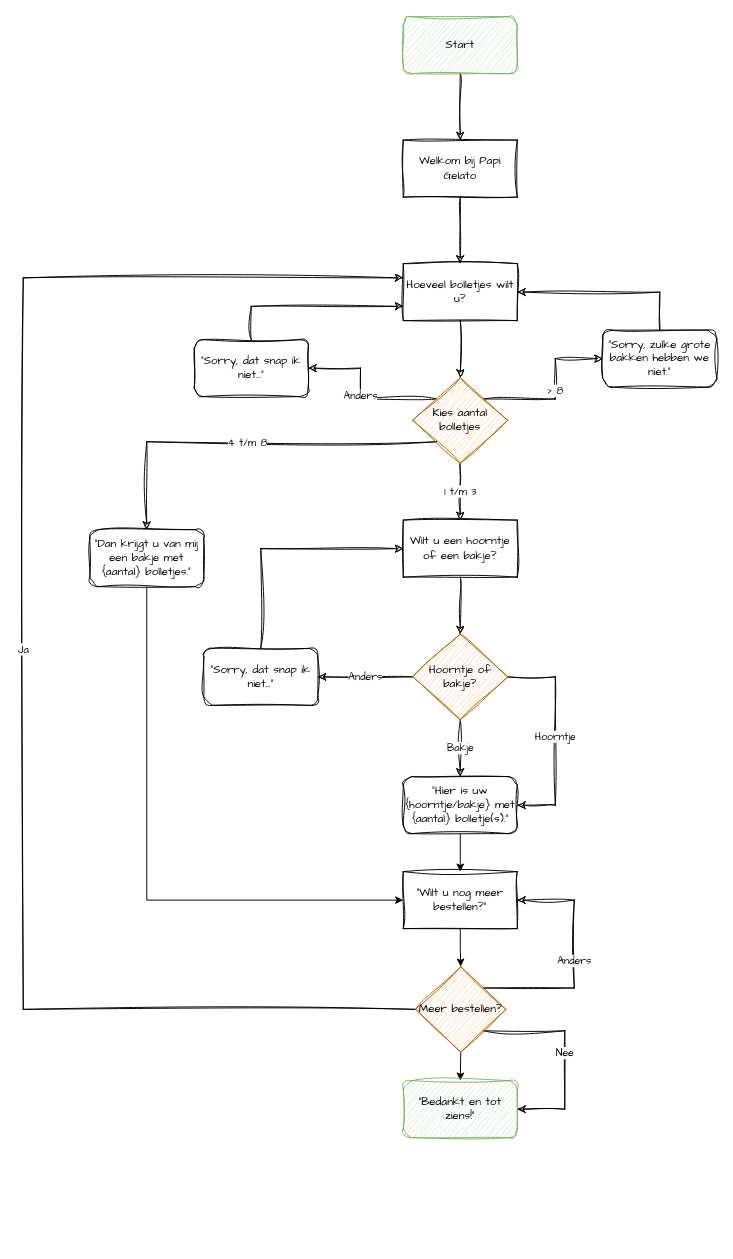
SummerDallison/leren-programmeren keeps this draw.io diagram as module 3/Proef/Proef - Diagram.drawio. Above is the earlier version. Source tidied: cells renumbered, new cells numbered last; positions are measured from the earlier drawing's top-left corner, leaving out a move shared by most shapes. Both pictures are drawn from the tidied source at 95%, with x=0, y=0 at pixel (23, 16).
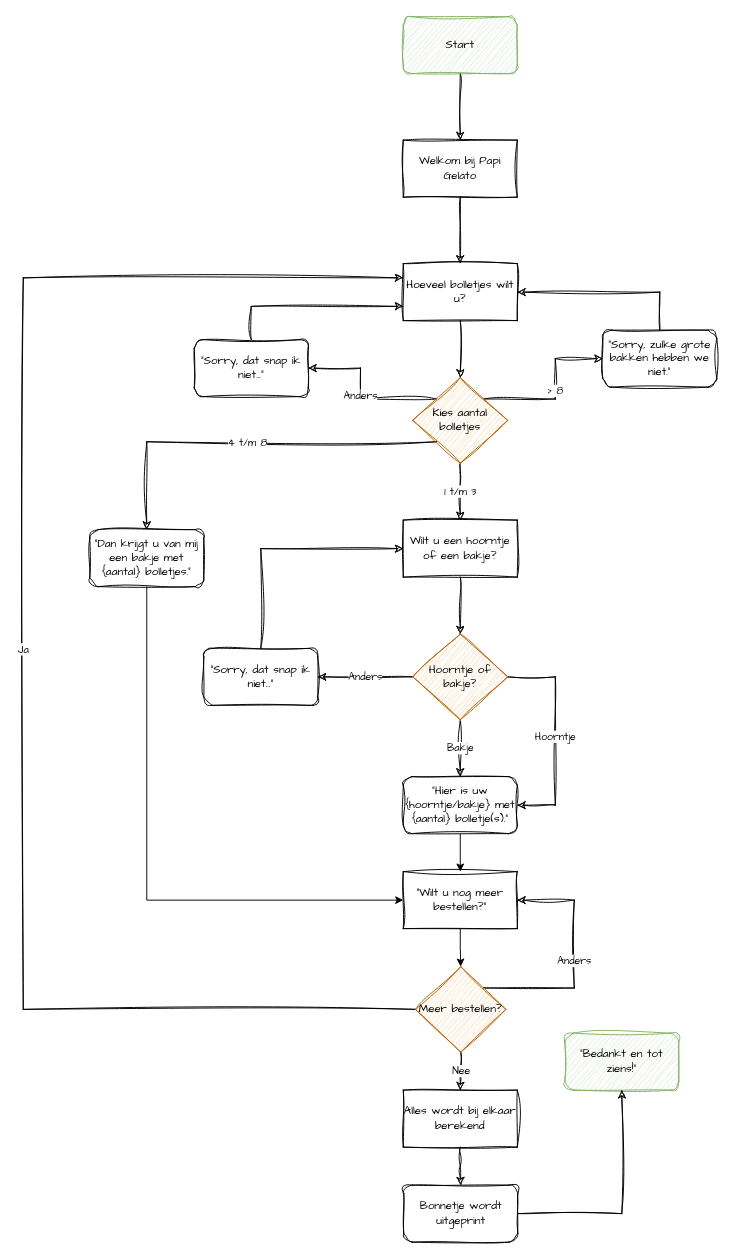
The same diagram, later.

Unchanged cells that the change refers to:
```xml
<mxCell id="33" value="Meer bestellen?" style="rhombus;whiteSpace=wrap;html=1;fontFamily=Comic Sans MS;fillColor=#fad7ac;strokeColor=#b46504;shadow=0;rounded=0;sketch=1;curveFitting=1;jiggle=2;" parent="1" vertex="1">
  <mxGeometry x="413" y="1000" width="95" height="90" as="geometry" />
</mxCell>
<mxCell id="36" value="&quot;Wilt u nog meer bestellen?&quot;" style="rounded=0;whiteSpace=wrap;html=1;fontFamily=Comic Sans MS;fillColor=none;sketch=1;curveFitting=1;jiggle=2;" parent="1" vertex="1">
  <mxGeometry x="400" y="900" width="120" height="60" as="geometry" />
</mxCell>
```

What changed in the source:
```diff
@@
-    <mxCell id="29" style="edgeStyle=orthogonalEdgeStyle;rounded=0;jettySize=auto;html=1;exitX=0.5;exitY=1;exitDx=0;exitDy=0;entryX=0.5;entryY=0;entryDx=0;entryDy=0;" parent="1" edge="1" source="33" target="34">
-      <mxGeometry relative="1" as="geometry" />
-    </mxCell>
@@
+    <mxCell id="32" value="Anders" style="edgeStyle=orthogonalEdgeStyle;rounded=0;jettySize=auto;html=1;exitX=1;exitY=0;exitDx=0;exitDy=0;entryX=1;entryY=0.5;entryDx=0;entryDy=0;sketch=1;curveFitting=1;jiggle=2;fontFamily=Comic Sans MS;" parent="1" edge="1" source="33" target="36">
+      <mxGeometry relative="1" as="geometry">
+        <Array as="points">
+          <mxPoint x="580" y="1022" />
+          <mxPoint x="580" y="930" />
+        </Array>
+      </mxGeometry>
+    </mxCell>
-    <mxCell id="31" value="Nee" style="edgeStyle=orthogonalEdgeStyle;rounded=0;jettySize=auto;html=1;exitX=1;exitY=1;exitDx=0;exitDy=0;entryX=1;entryY=0.5;entryDx=0;entryDy=0;sketch=1;curveFitting=1;jiggle=2;fontFamily=Comic Sans MS;" parent="1" edge="1" source="33" target="34">
-      <mxGeometry relative="1" as="geometry">
-        <Array as="points">
-          <mxPoint x="570" y="1068" />
-          <mxPoint x="570" y="1150" />
-        </Array>
-      </mxGeometry>
+    <mxCell id="31" value="Nee" style="edgeStyle=orthogonalEdgeStyle;rounded=0;jettySize=auto;html=1;exitX=0.5;exitY=1;exitDx=0;exitDy=0;entryX=0.5;entryY=0;entryDx=0;entryDy=0;sketch=1;curveFitting=1;jiggle=2;fontFamily=Comic Sans MS;" parent="1" edge="1" source="33" target="38">
+      <mxGeometry x="-0.01" relative="1" as="geometry" />
     </mxCell>
-    <mxCell id="32" value="Anders" style="edgeStyle=orthogonalEdgeStyle;rounded=0;jettySize=auto;html=1;exitX=1;exitY=0;exitDx=0;exitDy=0;entryX=1;entryY=0.5;entryDx=0;entryDy=0;sketch=1;curveFitting=1;jiggle=2;fontFamily=Comic Sans MS;" parent="1" edge="1" source="33" target="36">
-      <mxGeometry relative="1" as="geometry">
-        <Array as="points">
-          <mxPoint x="580" y="1022" />
-          <mxPoint x="580" y="930" />
-        </Array>
-      </mxGeometry>
-    </mxCell>
@@
     <mxCell id="34" value="&quot;Bedankt en tot ziens!&quot;" style="rounded=1;whiteSpace=wrap;html=1;fillColor=#d5e8d4;fontFamily=Comic Sans MS;strokeColor=#82b366;sketch=1;curveFitting=1;jiggle=2;" parent="1" vertex="1">
-      <mxGeometry x="400" y="1120" width="120" height="60" as="geometry" />
+      <mxGeometry x="570" y="1070" width="120" height="60" as="geometry" />
     </mxCell>
@@
+    <mxCell id="37" style="edgeStyle=orthogonalEdgeStyle;rounded=0;jettySize=auto;html=1;exitX=0.5;exitY=1;exitDx=0;exitDy=0;entryX=0.5;entryY=0;entryDx=0;entryDy=0;sketch=1;curveFitting=1;jiggle=2;" parent="1" edge="1" source="38" target="40">
+      <mxGeometry relative="1" as="geometry" />
+    </mxCell>
+    <mxCell id="38" value="Alles wordt bij elkaar berekend" style="rounded=0;whiteSpace=wrap;html=1;fillColor=none;sketch=1;curveFitting=1;jiggle=2;fontFamily=Comic Sans MS;" parent="1" vertex="1">
+      <mxGeometry x="400" y="1130" width="120" height="60" as="geometry" />
+    </mxCell>
+    <mxCell id="39" style="edgeStyle=orthogonalEdgeStyle;rounded=0;jettySize=auto;html=1;exitX=1;exitY=0.5;exitDx=0;exitDy=0;entryX=0.5;entryY=1;entryDx=0;entryDy=0;sketch=1;curveFitting=1;jiggle=2;" parent="1" edge="1" source="40" target="34">
+      <mxGeometry relative="1" as="geometry" />
+    </mxCell>
+    <mxCell id="40" value="Bonnetje wordt uitgeprint" style="rounded=1;whiteSpace=wrap;html=1;fillColor=none;sketch=1;curveFitting=1;jiggle=2;fontFamily=Comic Sans MS;" parent="1" vertex="1">
+      <mxGeometry x="400.5" y="1230" width="120" height="60" as="geometry" />
+    </mxCell>
```
